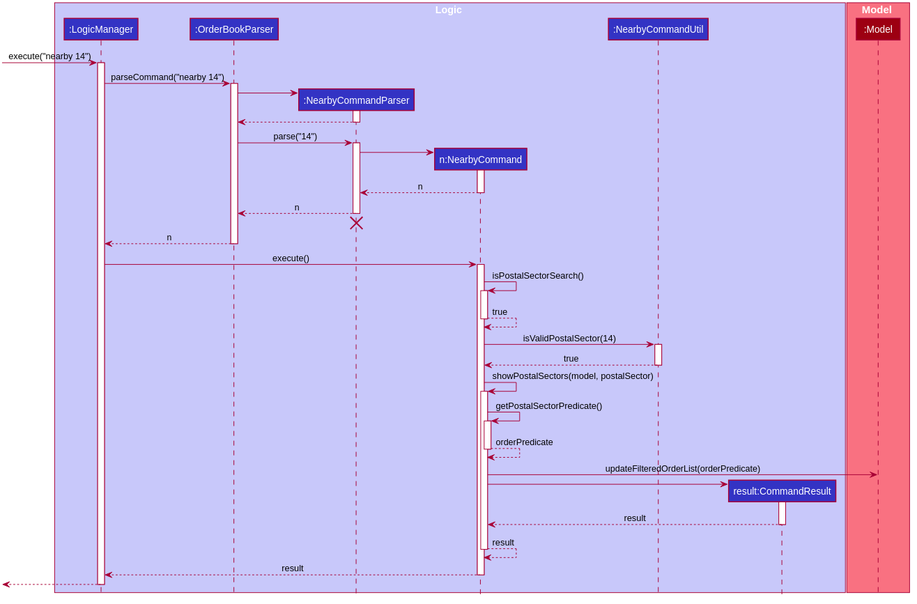
Above: docs/images/NearbyCommandSequenceDiagram1.svg in nus-cs2103-AY1920S2/addressbook-level3 (PlantUML), before the change.
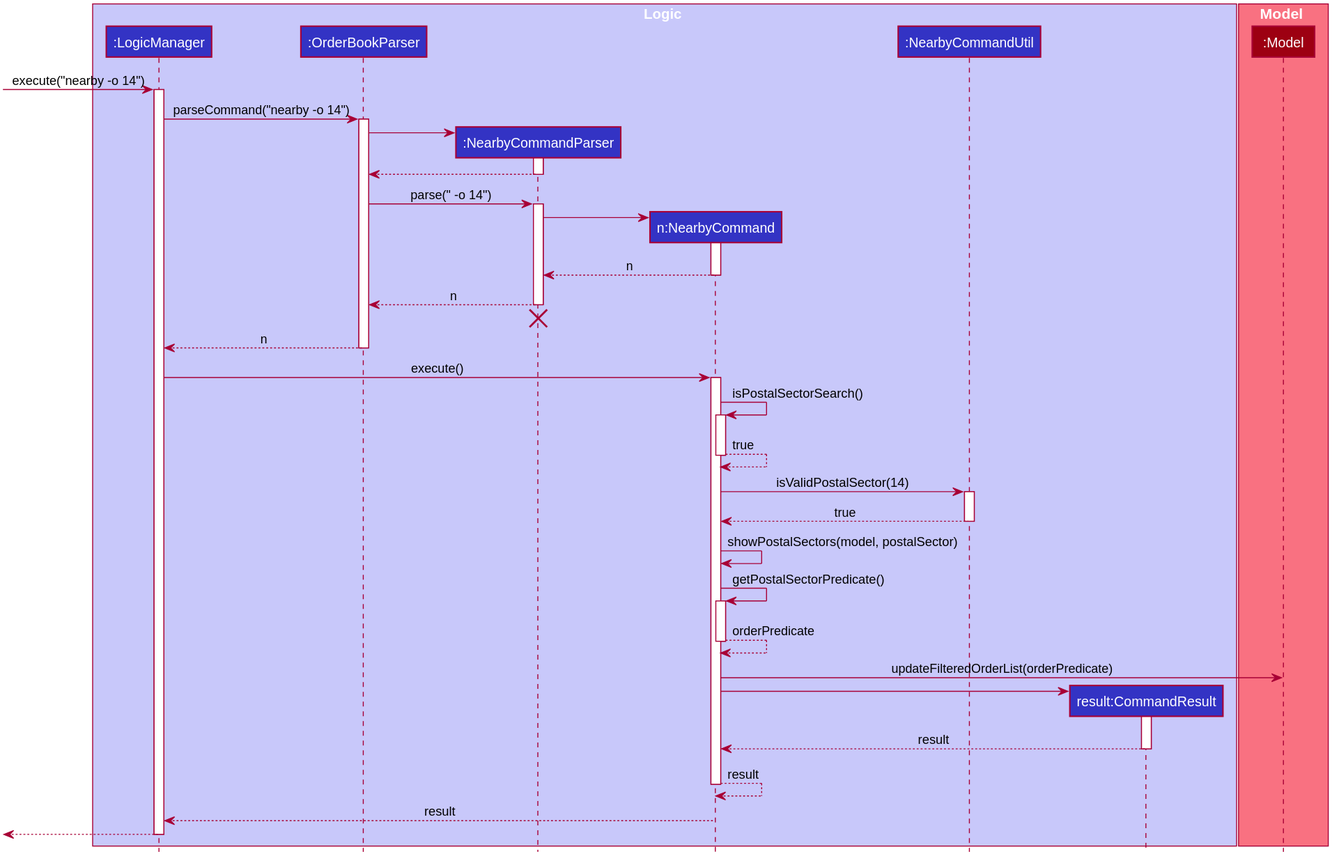
The same file after the commit.

Commit message:
Update DeveloperGuide.adoc and relevant Nearby Command sequence diagrams

What changed in the source:
```diff
@@ -1,4 +1,11 @@
 @startuml
+
+
+
+
+
+
+
 
 skinparam BackgroundColor #FFFFFFF
 
@@ -53,10 +60,10 @@
 participant ":Model" as Model #9D0012
 end box
 
-[-> LogicManager : execute("nearby 14")
+[-> LogicManager : execute("nearby -o 14")
 activate LogicManager
 
-LogicManager -> OrderBookParser : parseCommand("nearby 14")
+LogicManager -> OrderBookParser : parseCommand("nearby -o 14")
 activate OrderBookParser
 
 create NearbyCommandParser
@@ -66,7 +73,7 @@
 NearbyCommandParser --> OrderBookParser
 deactivate NearbyCommandParser
 
-OrderBookParser -> NearbyCommandParser : parse("14")
+OrderBookParser -> NearbyCommandParser : parse(" -o 14")
 activate NearbyCommandParser
 
 create NearbyCommand
@@ -98,7 +105,7 @@
 deactivate NearbyCommandUtil
 
 NearbyCommand -> NearbyCommand: showPostalSectors(model, postalSector)
-activate NearbyCommand
+
 NearbyCommand -> NearbyCommand: getPostalSectorPredicate()
 activate NearbyCommand
 NearbyCommand --> NearbyCommand: orderPredicate
```
